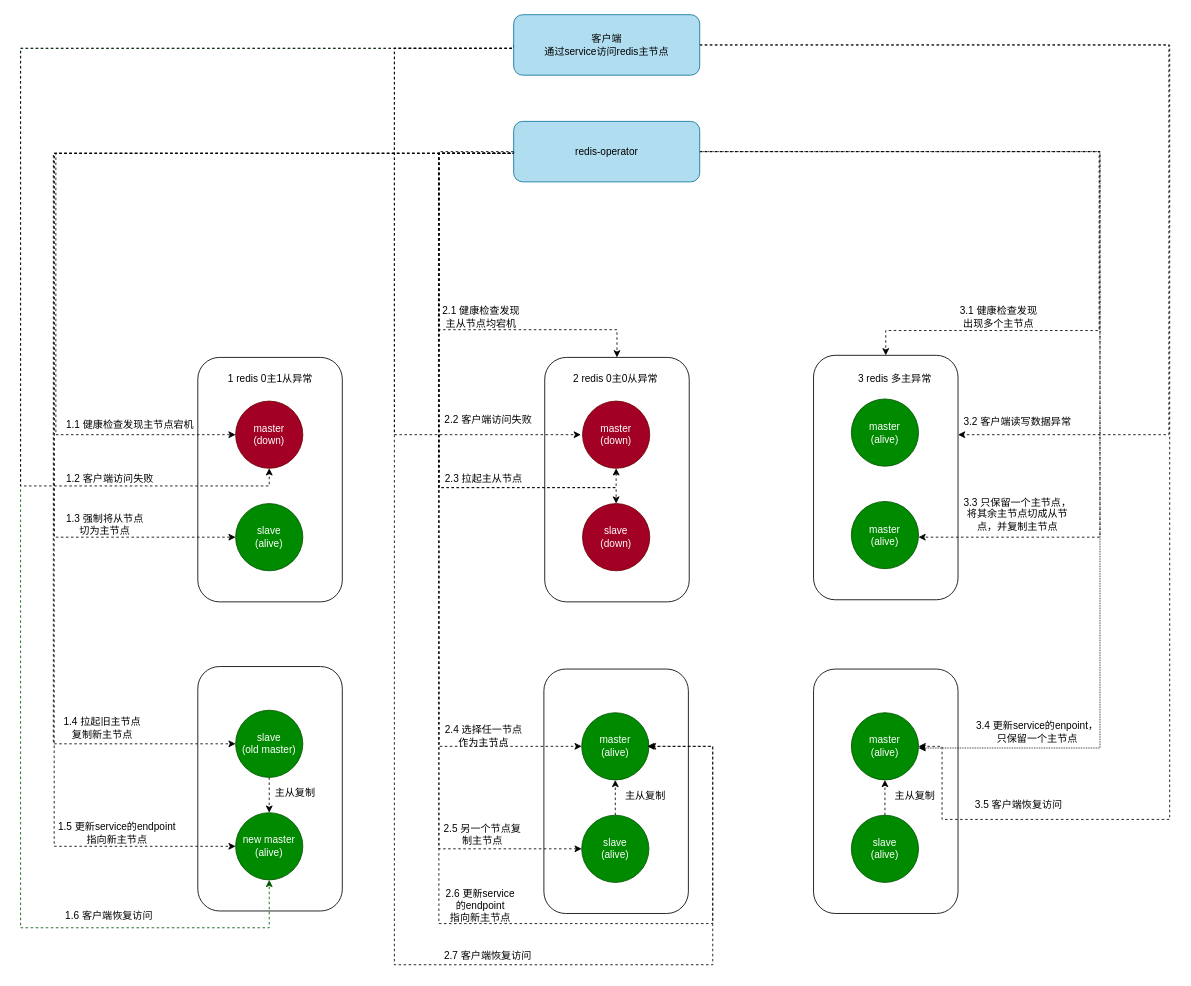
fengyinqiao/cloudimg keeps this draw.io diagram as diagrams/redis主从版多主0主异常.drawio. Above is the earlier version. Source tidied: cells renumbered, new cells numbered last; positions are measured from the earlier drawing's top-left corner, leaving out a move shared by most shapes. Both pictures are drawn from the tidied source at 84%, with x=0, y=0 at pixel (20, 14).
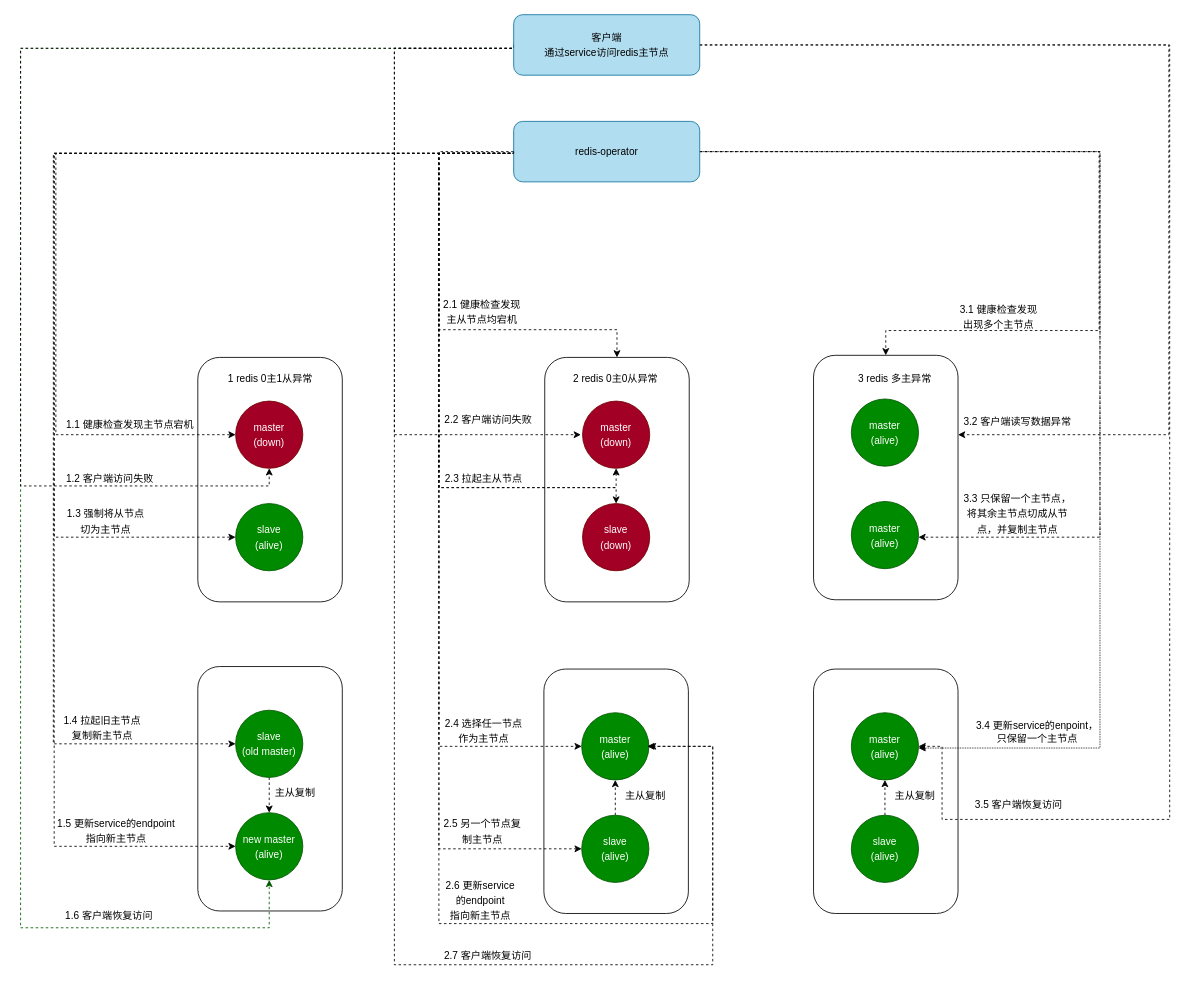
Above is the later version.

Commit message:
更新redis主从版多主0主异常.drawio

What changed in the source:
```diff
@@
-    <mxCell id="14" value="客户端&lt;br&gt;通过service访问redis主节点" style="rounded=1;whiteSpace=wrap;html=1;fillColor=#b1ddf0;strokeColor=#10739e;" parent="1" vertex="1">
+    <mxCell id="14" value="&lt;p style=&quot;line-height: 150%;&quot;&gt;客户端&lt;br&gt;通过service访问redis主节点&lt;/p&gt;" style="rounded=1;whiteSpace=wrap;html=1;fillColor=#b1ddf0;strokeColor=#10739e;" parent="1" vertex="1">
       <mxGeometry x="587" width="221.5" height="72" as="geometry" />
     </mxCell>
-    <mxCell id="15" value="master&lt;br&gt;(down)" style="ellipse;whiteSpace=wrap;html=1;fillColor=#a20025;fontColor=#ffffff;strokeColor=#6F0000;" parent="1" vertex="1">
+    <mxCell id="15" value="&lt;p style=&quot;line-height: 150%;&quot;&gt;master&lt;br&gt;(down)&lt;/p&gt;" style="ellipse;whiteSpace=wrap;html=1;fillColor=#a20025;fontColor=#ffffff;strokeColor=#6F0000;" parent="1" vertex="1">
       <mxGeometry x="256" y="460" width="80" height="80" as="geometry" />
     </mxCell>
-    <mxCell id="16" value="slave&lt;br&gt;(alive)" style="ellipse;whiteSpace=wrap;html=1;fillColor=#008a00;fontColor=#ffffff;strokeColor=#005700;" parent="1" vertex="1">
+    <mxCell id="16" value="&lt;p style=&quot;line-height: 150%;&quot;&gt;slave&lt;br&gt;(alive)&lt;/p&gt;" style="ellipse;whiteSpace=wrap;html=1;fillColor=#008a00;fontColor=#ffffff;strokeColor=#005700;" parent="1" vertex="1">
       <mxGeometry x="256" y="582" width="80" height="80" as="geometry" />
     </mxCell>
@@
-    <mxCell id="18" value="master&lt;br&gt;(alive)" style="ellipse;whiteSpace=wrap;html=1;fillColor=#008a00;fontColor=#ffffff;strokeColor=#005700;" parent="1" vertex="1">
+    <mxCell id="18" value="&lt;p style=&quot;line-height: 150%;&quot;&gt;master&lt;br&gt;(alive)&lt;/p&gt;" style="ellipse;whiteSpace=wrap;html=1;fillColor=#008a00;fontColor=#ffffff;strokeColor=#005700;" parent="1" vertex="1">
       <mxGeometry x="989" y="457.5" width="80" height="80" as="geometry" />
     </mxCell>
-    <mxCell id="19" value="master&lt;br&gt;(alive)" style="ellipse;whiteSpace=wrap;html=1;fillColor=#008a00;fontColor=#ffffff;strokeColor=#005700;" parent="1" vertex="1">
+    <mxCell id="19" value="&lt;p style=&quot;line-height: 150%;&quot;&gt;master&lt;br&gt;(alive)&lt;/p&gt;" style="ellipse;whiteSpace=wrap;html=1;fillColor=#008a00;fontColor=#ffffff;strokeColor=#005700;" parent="1" vertex="1">
       <mxGeometry x="989" y="579.5" width="80" height="80" as="geometry" />
     </mxCell>
@@
-    <mxCell id="21" value="master&lt;br&gt;(down)" style="ellipse;whiteSpace=wrap;html=1;fillColor=#a20025;fontColor=#ffffff;strokeColor=#6F0000;" parent="1" vertex="1">
+    <mxCell id="21" value="&lt;p style=&quot;line-height: 150%;&quot;&gt;master&lt;br&gt;(down)&lt;/p&gt;" style="ellipse;whiteSpace=wrap;html=1;fillColor=#a20025;fontColor=#ffffff;strokeColor=#6F0000;" parent="1" vertex="1">
       <mxGeometry x="669" y="460" width="80" height="80" as="geometry" />
     </mxCell>
-    <mxCell id="22" value="slave&lt;br&gt;(down)" style="ellipse;whiteSpace=wrap;html=1;fillColor=#a20025;fontColor=#ffffff;strokeColor=#6F0000;" parent="1" vertex="1">
+    <mxCell id="22" value="&lt;p style=&quot;line-height: 150%;&quot;&gt;slave&lt;br&gt;(down)&lt;/p&gt;" style="ellipse;whiteSpace=wrap;html=1;fillColor=#a20025;fontColor=#ffffff;strokeColor=#6F0000;" parent="1" vertex="1">
       <mxGeometry x="669" y="582" width="80" height="80" as="geometry" />
     </mxCell>
@@
-    <mxCell id="25" value="slave&lt;br&gt;(old master)" style="ellipse;whiteSpace=wrap;html=1;fillColor=#008a00;fontColor=#ffffff;strokeColor=#005700;" parent="1" vertex="1">
+    <mxCell id="25" value="&lt;p style=&quot;line-height: 150%;&quot;&gt;slave&lt;br&gt;(old master)&lt;/p&gt;" style="ellipse;whiteSpace=wrap;html=1;fillColor=#008a00;fontColor=#ffffff;strokeColor=#005700;" parent="1" vertex="1">
       <mxGeometry x="256" y="828" width="80" height="80" as="geometry" />
     </mxCell>
-    <mxCell id="26" value="new master&lt;br&gt;(alive)" style="ellipse;whiteSpace=wrap;html=1;fillColor=#008a00;fontColor=#ffffff;strokeColor=#005700;" parent="1" vertex="1">
+    <mxCell id="26" value="&lt;p style=&quot;line-height: 150%;&quot;&gt;new master&lt;br&gt;(alive)&lt;/p&gt;" style="ellipse;whiteSpace=wrap;html=1;fillColor=#008a00;fontColor=#ffffff;strokeColor=#005700;" parent="1" vertex="1">
       <mxGeometry x="256" y="950" width="80" height="80" as="geometry" />
     </mxCell>
@@
-    <mxCell id="28" value="master&lt;br&gt;(alive)" style="ellipse;whiteSpace=wrap;html=1;fillColor=#008a00;fontColor=#ffffff;strokeColor=#005700;" parent="1" vertex="1">
+    <mxCell id="28" value="&lt;p style=&quot;line-height: 150%;&quot;&gt;master&lt;br&gt;(alive)&lt;/p&gt;" style="ellipse;whiteSpace=wrap;html=1;fillColor=#008a00;fontColor=#ffffff;strokeColor=#005700;" parent="1" vertex="1">
       <mxGeometry x="668" y="831" width="80" height="80" as="geometry" />
     </mxCell>
@@
-    <mxCell id="30" value="slave&lt;br&gt;(alive)" style="ellipse;whiteSpace=wrap;html=1;fillColor=#008a00;fontColor=#ffffff;strokeColor=#005700;" parent="1" vertex="1">
+    <mxCell id="30" value="&lt;p style=&quot;line-height: 150%;&quot;&gt;slave&lt;br&gt;(alive)&lt;/p&gt;" style="ellipse;whiteSpace=wrap;html=1;fillColor=#008a00;fontColor=#ffffff;strokeColor=#005700;" parent="1" vertex="1">
       <mxGeometry x="668" y="953" width="80" height="80" as="geometry" />
     </mxCell>
@@
-    <mxCell id="32" value="master&lt;br&gt;(alive)" style="ellipse;whiteSpace=wrap;html=1;fillColor=#008a00;fontColor=#ffffff;strokeColor=#005700;" parent="1" vertex="1">
+    <mxCell id="32" value="&lt;p style=&quot;line-height: 150%;&quot;&gt;master&lt;br&gt;(alive)&lt;/p&gt;" style="ellipse;whiteSpace=wrap;html=1;fillColor=#008a00;fontColor=#ffffff;strokeColor=#005700;" parent="1" vertex="1">
       <mxGeometry x="989" y="831" width="80" height="80" as="geometry" />
     </mxCell>
@@
-    <mxCell id="34" value="slave&lt;br&gt;(alive)" style="ellipse;whiteSpace=wrap;html=1;fillColor=#008a00;fontColor=#ffffff;strokeColor=#005700;" parent="1" vertex="1">
+    <mxCell id="34" value="&lt;p style=&quot;line-height: 150%;&quot;&gt;slave&lt;br&gt;(alive)&lt;/p&gt;" style="ellipse;whiteSpace=wrap;html=1;fillColor=#008a00;fontColor=#ffffff;strokeColor=#005700;" parent="1" vertex="1">
       <mxGeometry x="989" y="953" width="80" height="80" as="geometry" />
     </mxCell>
@@
-    <mxCell id="49" value="1.5 更新service的endpoint&lt;br&gt;指向新主节点" style="text;html=1;strokeColor=none;fillColor=none;align=center;verticalAlign=middle;whiteSpace=wrap;rounded=0;" parent="1" vertex="1">
-      <mxGeometry x="34" y="959" width="162" height="30" as="geometry" />
+    <mxCell id="49" value="&lt;p style=&quot;line-height: 150%;&quot;&gt;1.5 更新service的endpoint&lt;br&gt;指向新主节点&lt;/p&gt;" style="text;html=1;strokeColor=none;fillColor=none;align=center;verticalAlign=middle;whiteSpace=wrap;rounded=0;" parent="1" vertex="1">
+      <mxGeometry x="33" y="956" width="162" height="30" as="geometry" />
     </mxCell>
@@
-    <mxCell id="51" value="1.3 强制将从节点&lt;br&gt;切为主节点" style="text;html=1;align=center;verticalAlign=middle;strokeColor=none;fillColor=none;" parent="1" vertex="1">
-      <mxGeometry x="44.5" y="586" width="110" height="41" as="geometry" />
+    <mxCell id="51" value="&lt;p style=&quot;line-height: 150%;&quot;&gt;1.3 强制将从节点&lt;br&gt;切为主节点&lt;/p&gt;" style="text;html=1;align=center;verticalAlign=middle;strokeColor=none;fillColor=none;" parent="1" vertex="1">
+      <mxGeometry x="45.5" y="567" width="110" height="72" as="geometry" />
     </mxCell>
-    <mxCell id="52" value="1.4 拉起旧主节点&lt;br&gt;复制新主节点" style="text;html=1;strokeColor=none;fillColor=none;align=center;verticalAlign=middle;whiteSpace=wrap;rounded=0;" parent="1" vertex="1">
+    <mxCell id="52" value="&lt;p style=&quot;line-height: 150%;&quot;&gt;1.4 拉起旧主节点&lt;br&gt;复制新主节点&lt;/p&gt;" style="text;html=1;strokeColor=none;fillColor=none;align=center;verticalAlign=middle;whiteSpace=wrap;rounded=0;" parent="1" vertex="1">
       <mxGeometry x="42.5" y="837" width="108.5" height="24.5" as="geometry" />
     </mxCell>
@@
-    <mxCell id="56" value="2.5 另一个节点复制主节点" style="text;html=1;strokeColor=none;fillColor=none;align=center;verticalAlign=middle;whiteSpace=wrap;rounded=0;" parent="1" vertex="1">
-      <mxGeometry x="500" y="961" width="100" height="30" as="geometry" />
+    <mxCell id="56" value="&lt;p style=&quot;line-height: 150%;&quot;&gt;2.5 另一个节点复制主节点&lt;/p&gt;" style="text;html=1;strokeColor=none;fillColor=none;align=center;verticalAlign=middle;whiteSpace=wrap;rounded=0;" parent="1" vertex="1">
+      <mxGeometry x="500" y="957" width="100" height="30" as="geometry" />
     </mxCell>
-    <mxCell id="57" value="&lt;span style=&quot;&quot;&gt;2.1 健康检查发现主从节点均宕机&lt;/span&gt;" style="text;html=1;strokeColor=none;fillColor=none;align=center;verticalAlign=middle;whiteSpace=wrap;rounded=0;" parent="1" vertex="1">
-      <mxGeometry x="500" y="345" width="97" height="30" as="geometry" />
+    <mxCell id="57" value="&lt;p style=&quot;line-height: 150%;&quot;&gt;&lt;span style=&quot;&quot;&gt;2.1 健康检查发现主从节点均宕机&lt;/span&gt;&lt;/p&gt;" style="text;html=1;strokeColor=none;fillColor=none;align=center;verticalAlign=middle;whiteSpace=wrap;rounded=0;" parent="1" vertex="1">
+      <mxGeometry x="501" y="339" width="97" height="30" as="geometry" />
     </mxCell>
@@
-    <mxCell id="60" value="&lt;span style=&quot;&quot;&gt;2.4 选择任一节点&lt;/span&gt;&lt;br style=&quot;&quot;&gt;&lt;span style=&quot;&quot;&gt;作为主节点&lt;/span&gt;" style="text;html=1;strokeColor=none;fillColor=none;align=center;verticalAlign=middle;whiteSpace=wrap;rounded=0;" parent="1" vertex="1">
-      <mxGeometry x="503" y="844" width="97" height="30" as="geometry" />
+    <mxCell id="60" value="&lt;p style=&quot;line-height: 150%;&quot;&gt;&lt;span style=&quot;&quot;&gt;2.4 选择任一节点&lt;/span&gt;&lt;br style=&quot;&quot;&gt;&lt;span style=&quot;&quot;&gt;作为主节点&lt;/span&gt;&lt;/p&gt;" style="text;html=1;strokeColor=none;fillColor=none;align=center;verticalAlign=middle;whiteSpace=wrap;rounded=0;" parent="1" vertex="1">
+      <mxGeometry x="503" y="837" width="97" height="30" as="geometry" />
     </mxCell>
-    <mxCell id="61" value="&lt;span style=&quot;&quot;&gt;2.6&amp;nbsp;&lt;/span&gt;&lt;span style=&quot;&quot;&gt;更新service的endpoint&lt;/span&gt;&lt;br style=&quot;&quot;&gt;&lt;span style=&quot;&quot;&gt;指向新主节点&lt;/span&gt;" style="text;html=1;strokeColor=none;fillColor=none;align=center;verticalAlign=middle;whiteSpace=wrap;rounded=0;" parent="1" vertex="1">
-      <mxGeometry x="503" y="1046" width="89" height="30" as="geometry" />
+    <mxCell id="61" value="&lt;p style=&quot;line-height: 150%;&quot;&gt;&lt;span style=&quot;&quot;&gt;2.6&amp;nbsp;&lt;/span&gt;&lt;span style=&quot;&quot;&gt;更新service的endpoint&lt;/span&gt;&lt;br style=&quot;&quot;&gt;&lt;span style=&quot;&quot;&gt;指向新主节点&lt;/span&gt;&lt;/p&gt;" style="text;html=1;strokeColor=none;fillColor=none;align=center;verticalAlign=middle;whiteSpace=wrap;rounded=0;" parent="1" vertex="1">
+      <mxGeometry x="503" y="1039" width="89" height="30" as="geometry" />
     </mxCell>
@@
-    <mxCell id="63" value="&lt;span style=&quot;&quot;&gt;3.1 健康检查发现出现多个主节点&lt;/span&gt;" style="text;html=1;strokeColor=none;fillColor=none;align=center;verticalAlign=middle;whiteSpace=wrap;rounded=0;" parent="1" vertex="1">
+    <mxCell id="63" value="&lt;p style=&quot;line-height: 150%;&quot;&gt;&lt;span style=&quot;&quot;&gt;3.1 健康检查发现出现多个主节点&lt;/span&gt;&lt;/p&gt;" style="text;html=1;strokeColor=none;fillColor=none;align=center;verticalAlign=middle;whiteSpace=wrap;rounded=0;" parent="1" vertex="1">
       <mxGeometry x="1116" y="345" width="97" height="30" as="geometry" />
     </mxCell>
-    <mxCell id="64" value="&lt;span style=&quot;&quot;&gt;3.3 只保留一个主节点，将其余主节点切成从节点，并复制主节点&lt;/span&gt;" style="text;html=1;strokeColor=none;fillColor=none;align=center;verticalAlign=middle;whiteSpace=wrap;rounded=0;" parent="1" vertex="1">
-      <mxGeometry x="1118" y="579.5" width="138" height="30" as="geometry" />
+    <mxCell id="64" value="&lt;p style=&quot;line-height: 150%;&quot;&gt;&lt;span style=&quot;&quot;&gt;3.3 只保留一个主节点，将其余主节点切成从节点，并复制主节点&lt;/span&gt;&lt;/p&gt;" style="text;html=1;strokeColor=none;fillColor=none;align=center;verticalAlign=middle;whiteSpace=wrap;rounded=0;" parent="1" vertex="1">
+      <mxGeometry x="1118" y="578.5" width="138" height="30" as="geometry" />
     </mxCell>
```
